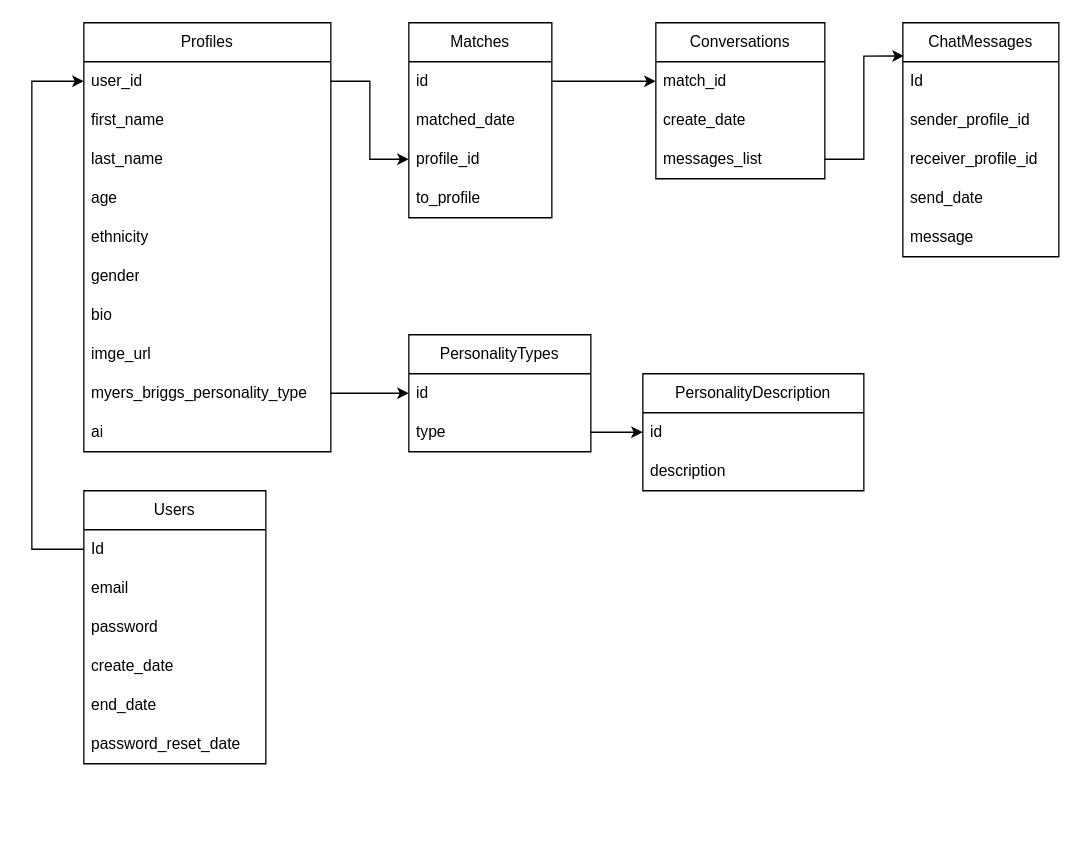
This is src/main/resources/TinderAiDbdrawio.drawio from jclucasasp/loving-ai-backend, a draw.io file, before an edit. Source tidied: cells renumbered, new cells numbered last; positions are measured from the earlier drawing's top-left corner, leaving out a move shared by most shapes. Both pictures are drawn from the tidied source at 130%, with x=0, y=0 at pixel (31, 22).
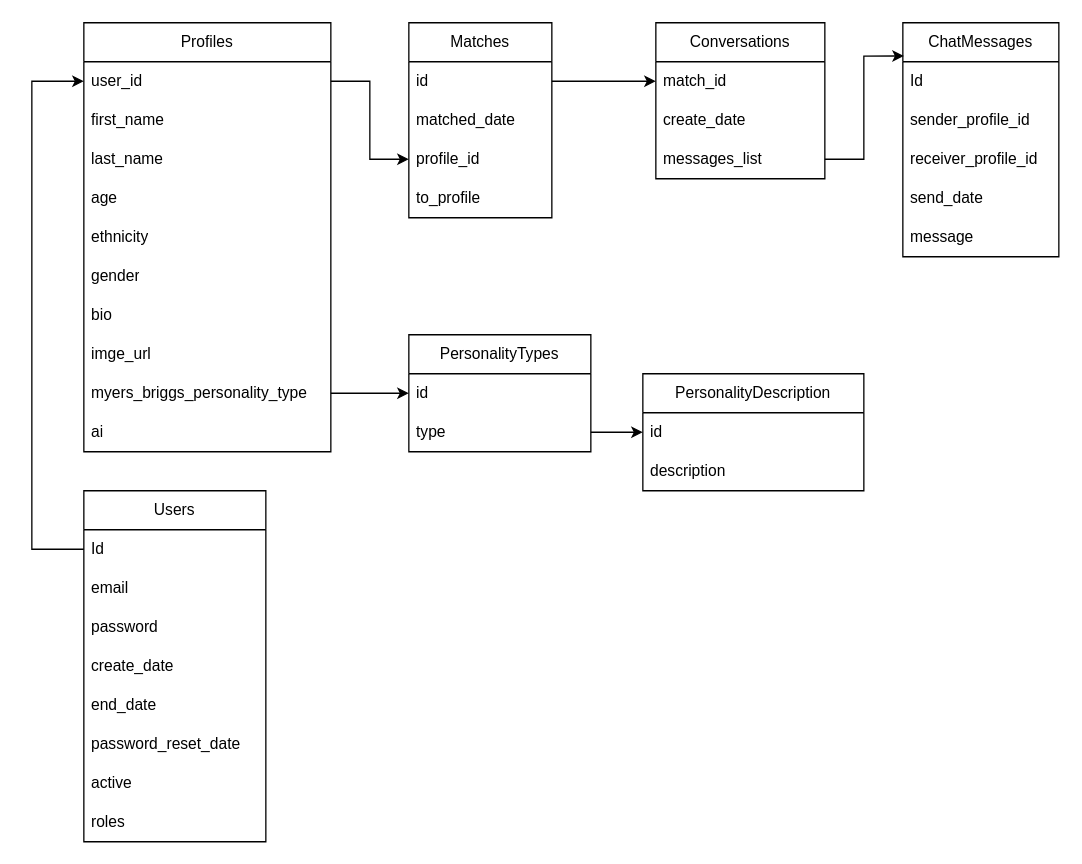
The same diagram, later.

The edit, as a diff of the source:
```diff
@@
     <mxCell id="29" value="Users" style="swimlane;fontStyle=0;horizontal=1;startSize=30;whiteSpace=wrap;html=1;" parent="1" vertex="1">
-      <mxGeometry x="40" y="360" width="140" height="210" as="geometry" />
+      <mxGeometry x="40" y="360" width="140" height="270" as="geometry" />
     </mxCell>
@@
+    <mxCell id="47" value="active" style="text;strokeColor=none;fillColor=none;align=left;verticalAlign=middle;spacingLeft=4;spacingRight=4;overflow=hidden;whiteSpace=wrap;html=1;" parent="29" vertex="1">
+      <mxGeometry y="210" width="140" height="30" as="geometry" />
+    </mxCell>
+    <mxCell id="48" value="roles" style="text;strokeColor=none;fillColor=none;align=left;verticalAlign=middle;spacingLeft=4;spacingRight=4;overflow=hidden;whiteSpace=wrap;html=1;" parent="29" vertex="1">
+      <mxGeometry y="240" width="140" height="30" as="geometry" />
+    </mxCell>
```
